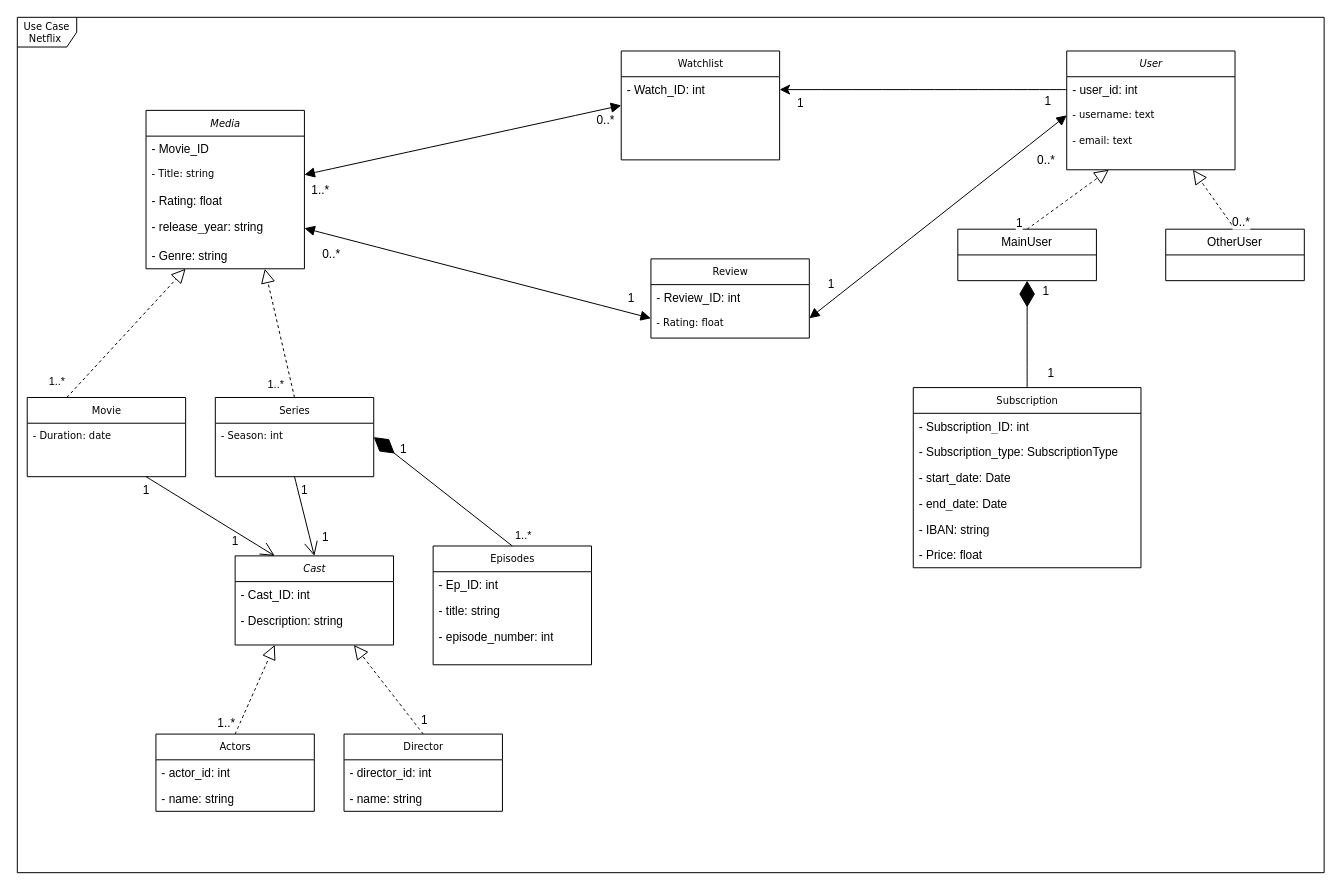
Before: draw_io/uml_data_eng_project_1.drawio in KevinGarrison/DataEngineeringProjects, a draw.io diagram. Source tidied: cells renumbered, new cells numbered last; positions are measured from the earlier drawing's top-left corner, leaving out a move shared by most shapes. Both pictures are drawn from the tidied source at 99%, with x=0, y=0 at pixel (17, 17).
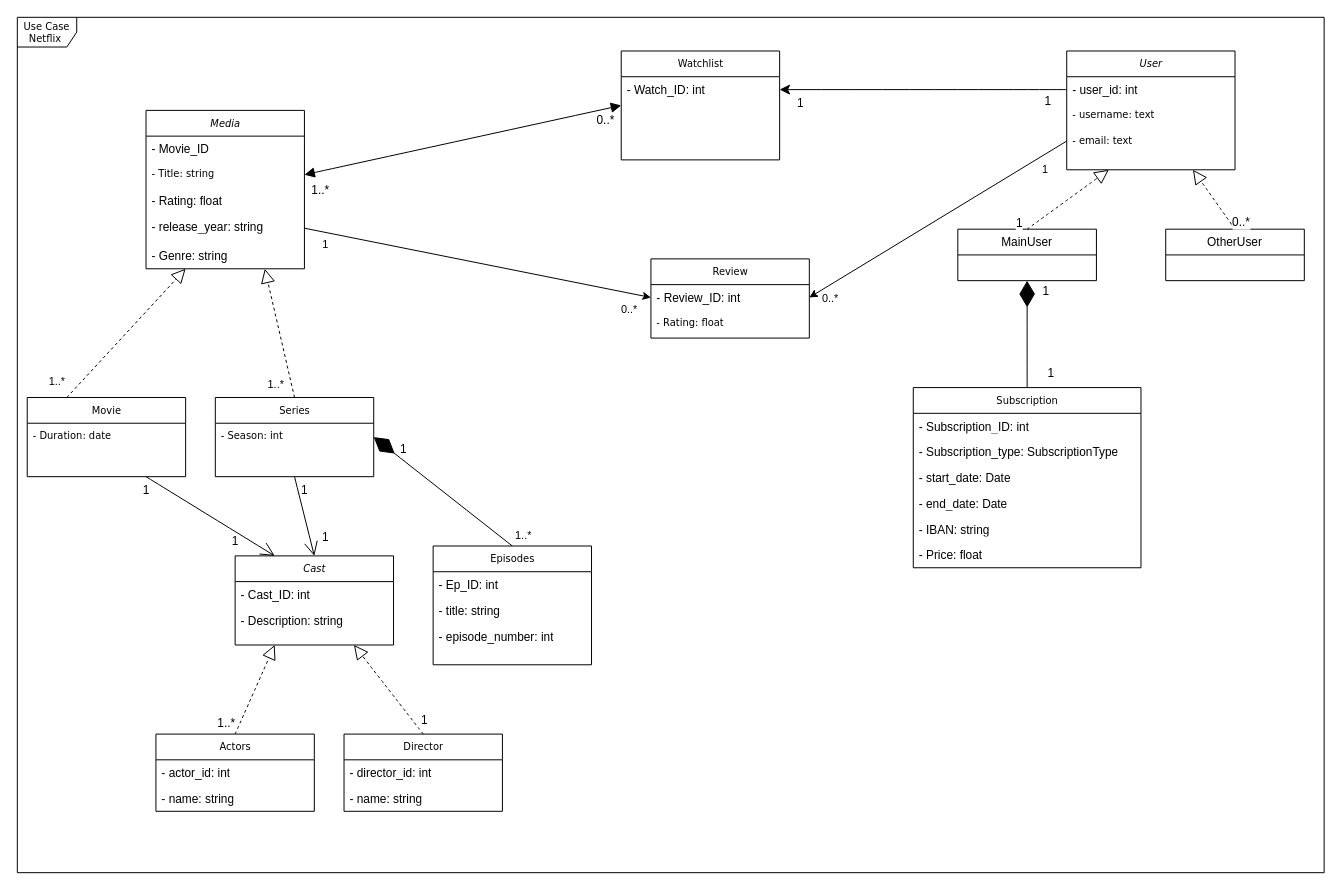
The same page after the edit.

Unchanged cells that the change refers to:
```xml
<mxCell id="13" value="- Title: string" style="text;html=1;strokeColor=none;fillColor=none;align=left;verticalAlign=top;spacingLeft=4;spacingRight=4;whiteSpace=wrap;overflow=hidden;points=[[0,0.5],[1,0.5]];portConstraint=eastwest;fontFamily=Verdana;fontSize=10;fontColor=default;fontStyle=0;labelBackgroundColor=none;" parent="11" vertex="1">
  <mxGeometry y="52" width="160" height="26" as="geometry" />
</mxCell>
<mxCell id="15" value="- release_year: string" style="text;html=1;strokeColor=none;fillColor=none;align=left;verticalAlign=top;spacingLeft=4;spacingRight=4;whiteSpace=wrap;overflow=hidden;points=[[0,0.5],[1,0.5]];portConstraint=eastwest;" parent="11" vertex="1">
  <mxGeometry y="104" width="160" height="30" as="geometry" />
</mxCell>
<mxCell id="24" value="Watchlist" style="swimlane;html=1;fontStyle=0;horizontal=1;startSize=26;fillColor=none;swimlaneFillColor=#ffffff;rounded=0;shadow=0;comic=0;labelBackgroundColor=none;strokeWidth=1;fontFamily=Verdana;fontSize=10;align=center;" parent="1" vertex="1">
  <mxGeometry x="610" y="34" width="160" height="110" as="geometry" />
</mxCell>
<mxCell id="25" value="- Watch_ID: int" style="text;html=1;strokeColor=none;fillColor=none;align=left;verticalAlign=top;spacingLeft=4;spacingRight=4;whiteSpace=wrap;overflow=hidden;points=[[0,0.5],[1,0.5]];portConstraint=eastwest;" parent="24" vertex="1">
  <mxGeometry y="26" width="160" height="26" as="geometry" />
</mxCell>
<mxCell id="36" value="- user_id: int" style="text;html=1;strokeColor=none;fillColor=none;align=left;verticalAlign=top;spacingLeft=4;spacingRight=4;whiteSpace=wrap;overflow=hidden;points=[[0,0.5],[1,0.5]];portConstraint=eastwest;" parent="35" vertex="1">
  <mxGeometry y="26" width="170" height="26" as="geometry" />
</mxCell>
<mxCell id="37" value="- username: text" style="text;html=1;strokeColor=none;fillColor=none;align=left;verticalAlign=top;spacingLeft=4;spacingRight=4;whiteSpace=wrap;overflow=hidden;points=[[0,0.5],[1,0.5]];portConstraint=eastwest;fontFamily=Verdana;fontSize=10;fontColor=default;fontStyle=0;labelBackgroundColor=none;" parent="35" vertex="1">
  <mxGeometry y="52" width="170" height="26" as="geometry" />
</mxCell>
<mxCell id="38" value="- email: text" style="text;html=1;strokeColor=none;fillColor=none;align=left;verticalAlign=top;spacingLeft=4;spacingRight=4;whiteSpace=wrap;overflow=hidden;points=[[0,0.5],[1,0.5]];portConstraint=eastwest;fontFamily=Verdana;fontSize=10;fontColor=default;fontStyle=0;labelBackgroundColor=none;" parent="35" vertex="1">
  <mxGeometry y="78" width="170" height="26" as="geometry" />
</mxCell>
<mxCell id="39" value="Review" style="swimlane;html=1;fontStyle=0;horizontal=1;startSize=26;fillColor=none;swimlaneFillColor=#ffffff;rounded=0;shadow=0;comic=0;labelBackgroundColor=none;strokeWidth=1;fontFamily=Verdana;fontSize=10;align=center;" parent="1" vertex="1">
  <mxGeometry x="640" y="244" width="160" height="80" as="geometry" />
</mxCell>
<mxCell id="40" value="- Review_ID: int" style="text;html=1;strokeColor=none;fillColor=none;align=left;verticalAlign=top;spacingLeft=4;spacingRight=4;whiteSpace=wrap;overflow=hidden;points=[[0,0.5],[1,0.5]];portConstraint=eastwest;" parent="39" vertex="1">
  <mxGeometry y="26" width="160" height="26" as="geometry" />
</mxCell>
```

Diff of the diagram source:
```diff
@@
-    <mxCell id="62" style="edgeStyle=none;curved=1;rounded=0;jettySize=auto;html=1;exitX=0;exitY=0.5;exitDx=0;exitDy=0;entryX=1;entryY=0.5;entryDx=0;entryDy=0;fontSize=12;startSize=8;endSize=8;" parent="1" edge="1" source="36" target="25">
+    <mxCell id="62" style="edgeStyle=none;curved=1;rounded=0;jettySize=auto;html=1;exitX=0;exitY=0.5;exitDx=0;exitDy=0;entryX=1;entryY=0.5;entryDx=0;entryDy=0;fontSize=12;startSize=8;endSize=8;strokeColor=#000000;" parent="1" edge="1" source="36" target="25">
       <mxGeometry relative="1" as="geometry" />
     </mxCell>
@@
-    <mxCell id="65" style="endArrow=block;startArrow=block;endFill=1;startFill=1;html=1;rounded=0;fontSize=12;startSize=8;endSize=8;curved=1;exitX=1;exitY=0.5;exitDx=0;exitDy=0;entryX=0;entryY=0.5;entryDx=0;entryDy=0;" parent="1" edge="1" source="13" target="24">
+    <mxCell id="65" style="endArrow=block;startArrow=block;endFill=1;startFill=1;html=1;rounded=0;fontSize=12;startSize=8;endSize=8;curved=1;exitX=1;exitY=0.5;exitDx=0;exitDy=0;entryX=0;entryY=0.5;entryDx=0;entryDy=0;strokeColor=#000000;" parent="1" edge="1" source="13" target="24">
       <mxGeometry relative="1" as="geometry" />
     </mxCell>
@@
-    <mxCell id="68" style="endArrow=block;startArrow=block;endFill=1;startFill=1;html=1;rounded=0;fontSize=12;startSize=8;endSize=8;curved=1;exitX=1;exitY=0.5;exitDx=0;exitDy=0;entryX=0;entryY=0.75;entryDx=0;entryDy=0;" parent="1" edge="1" source="15" target="39">
-      <mxGeometry relative="1" as="geometry" />
-    </mxCell>
-    <mxCell id="69" value="0..*" style="edgeLabel;html=1;align=center;verticalAlign=middle;fontSize=12;" parent="68" vertex="1">
-      <mxGeometry x="-0.85" relative="1" as="geometry">
-        <mxPoint y="20" as="offset" />
-      </mxGeometry>
-    </mxCell>
-    <mxCell id="70" value="1" style="edgeLabel;html=1;align=center;verticalAlign=middle;fontSize=12;" parent="68" vertex="1">
-      <mxGeometry x="0.88" relative="1" as="geometry">
-        <mxPoint y="-15" as="offset" />
-      </mxGeometry>
-    </mxCell>
-    <mxCell id="71" style="endArrow=block;startArrow=block;endFill=1;startFill=1;html=1;rounded=0;fontSize=12;startSize=8;endSize=8;curved=1;exitX=1;exitY=0.75;exitDx=0;exitDy=0;entryX=0;entryY=0.5;entryDx=0;entryDy=0;" parent="1" edge="1" source="39" target="37">
-      <mxGeometry relative="1" as="geometry" />
-    </mxCell>
-    <mxCell id="72" value="1" style="edgeLabel;html=1;align=center;verticalAlign=middle;fontSize=12;" parent="71" vertex="1">
-      <mxGeometry x="-0.84" y="-1" relative="1" as="geometry">
-        <mxPoint y="-19" as="offset" />
-      </mxGeometry>
-    </mxCell>
-    <mxCell id="73" value="0..*" style="edgeLabel;html=1;align=center;verticalAlign=middle;fontSize=12;" parent="71" vertex="1">
-      <mxGeometry x="0.85" y="3" relative="1" as="geometry">
-        <mxPoint y="32" as="offset" />
-      </mxGeometry>
-    </mxCell>
@@
+    <mxCell id="80" style="endArrow=classic;html=1;rounded=0;exitX=0;exitY=0.5;exitDx=0;exitDy=0;entryX=1;entryY=0.5;entryDx=0;entryDy=0;" parent="1" edge="1" source="38" target="40">
+      <mxGeometry relative="1" as="geometry" />
+    </mxCell>
+    <mxCell id="81" value="0..*" style="edgeLabel;html=1;align=center;verticalAlign=middle;" parent="80" vertex="1">
+      <mxGeometry x="0.85" y="1" relative="1" as="geometry">
+        <mxPoint y="12" as="offset" />
+      </mxGeometry>
+    </mxCell>
+    <mxCell id="82" value="1" style="edgeLabel;html=1;align=center;verticalAlign=middle;" parent="80" vertex="1">
+      <mxGeometry x="-0.83" relative="1" as="geometry">
+        <mxPoint y="15" as="offset" />
+      </mxGeometry>
+    </mxCell>
+    <mxCell id="83" style="endArrow=classic;html=1;rounded=0;exitX=1;exitY=0.5;exitDx=0;exitDy=0;entryX=0;entryY=0.5;entryDx=0;entryDy=0;" parent="1" edge="1" source="15" target="40">
+      <mxGeometry relative="1" as="geometry" />
+    </mxCell>
+    <mxCell id="84" value="1" style="edgeLabel;html=1;align=center;verticalAlign=middle;" parent="83" vertex="1">
+      <mxGeometry x="-0.91" y="-1" relative="1" as="geometry">
+        <mxPoint x="5" y="11" as="offset" />
+      </mxGeometry>
+    </mxCell>
+    <mxCell id="85" value="0..*" style="edgeLabel;html=1;align=center;verticalAlign=middle;" parent="83" vertex="1">
+      <mxGeometry x="0.87" relative="1" as="geometry">
+        <mxPoint y="16" as="offset" />
+      </mxGeometry>
+    </mxCell>
```
